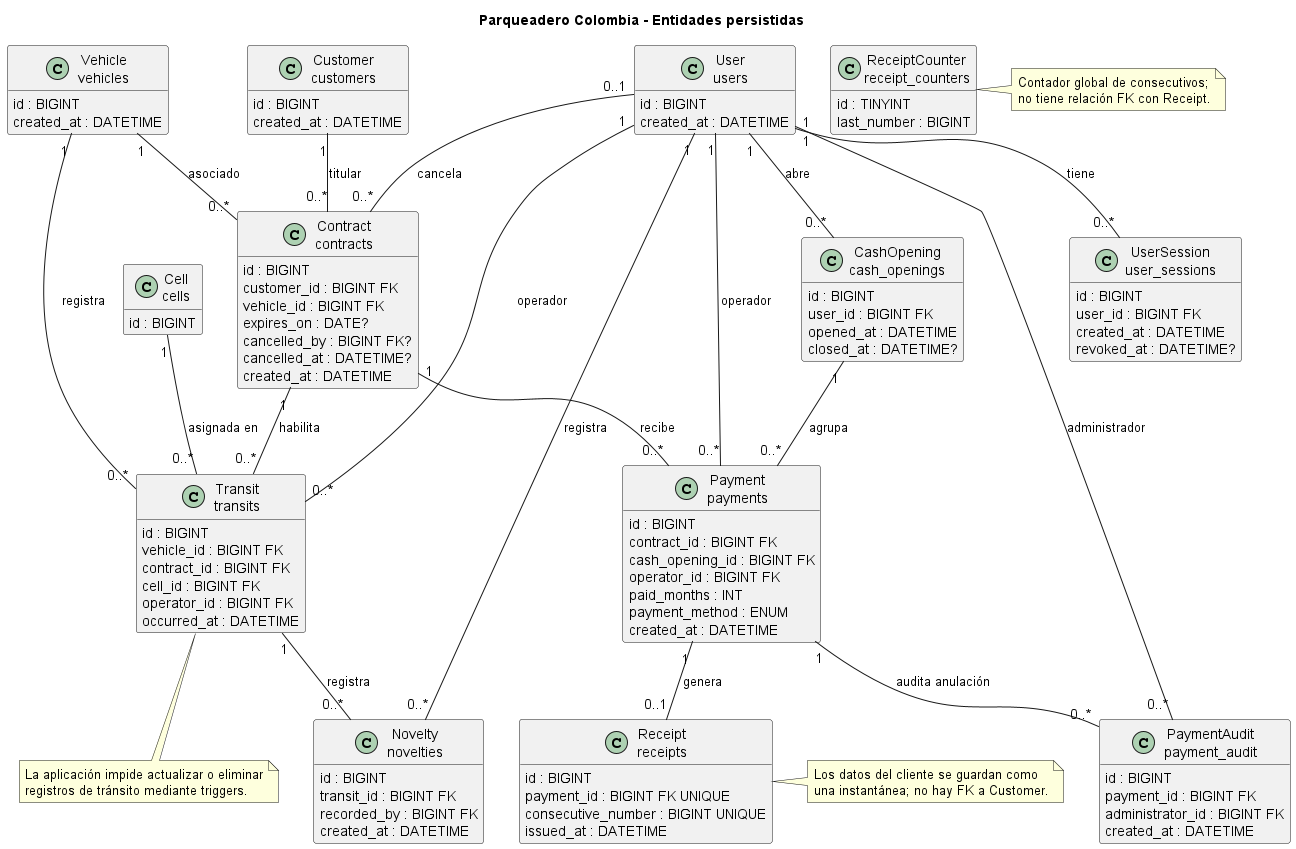
1J3G/parqueadero-colombia keeps this PlantUML diagram as out/docs/arquitectura-sistema/Sistema - Modelo de datos.png. Above is the earlier version. Its diagram source:
```plantuml
@startuml Sistema - Modelo de datos
title Parqueadero Colombia - Entidades persistidas
hide methods
skinparam classAttributeIconSize 0

class "User\nusers" as User {
  id : BIGINT
  document : VARCHAR(30) UNIQUE
  password_hash : VARCHAR(255)
  role : ENUM(Operario, Administrador)
  created_at : DATETIME
}

class "UserSession\nuser_sessions" as UserSession {
  id : BIGINT
  user_id : BIGINT FK
  token_hash : CHAR(64) UNIQUE
  created_at : DATETIME
  revoked_at : DATETIME?
}

class "Customer\ncustomers" as Customer {
  id : BIGINT
  document_type : ENUM(CC, CE, NIT)
  document : VARCHAR(30) UNIQUE
  full_name : VARCHAR(160)
  created_at : DATETIME
}

class "Vehicle\nvehicles" as Vehicle {
  id : BIGINT
  plate : VARCHAR(6) UNIQUE
  vehicle_type : ENUM(Carro, Moto, Camioneta)
  created_at : DATETIME
}

class "Contract\ncontracts" as Contract {
  id : BIGINT
  customer_id : BIGINT FK
  vehicle_id : BIGINT FK
  status : ENUM(Pendiente de Pago, Activo, Vencido, Cancelado)
  expires_on : DATE?
  cancelled_by : BIGINT FK?
  cancellation_justification : VARCHAR(1000)?
  cancelled_at : DATETIME?
  created_at : DATETIME
}

class "Cell\ncells" as Cell {
  id : BIGINT
  label : VARCHAR(30) UNIQUE
  category : ENUM(Carro, Moto, Camioneta, Discapacitado)
  status : ENUM(Disponible, Ocupada)
}

class "CashOpening\ncash_openings" as CashOpening {
  id : BIGINT
  user_id : BIGINT FK
  base_amount : DECIMAL(12,2)
  opened_at : DATETIME
  closed_at : DATETIME?
}

class "Transit\ntransits" as Transit {
  id : BIGINT
  vehicle_id : BIGINT FK
  contract_id : BIGINT FK
  cell_id : BIGINT FK
  operator_id : BIGINT FK
  direction : ENUM(Entrada, Salida)
  occurred_at : DATETIME
}

class "Novelty\nnovelties" as Novelty {
  id : BIGINT
  transit_id : BIGINT FK
  novelty_type : ENUM(Daño físico, Acceso excepcional)
  damage_type : ENUM(Golpe, Rayón, Falla)?
  description : VARCHAR(1000)
  severity : ENUM(Leve, Moderada, Grave)?
  recorded_by : BIGINT FK
  created_at : DATETIME
}

class "Payment\npayments" as Payment {
  id : BIGINT
  contract_id : BIGINT FK
  cash_opening_id : BIGINT FK
  operator_id : BIGINT FK
  net_amount : DECIMAL(12,2)
  tax_amount : DECIMAL(12,2)
  total_amount : DECIMAL(12,2)
  paid_months : INT
  payment_method : ENUM
  reference_code : VARCHAR(120)?
  status : ENUM(Registrado, Anulado)
  created_at : DATETIME
}

class "ReceiptCounter\nreceipt_counters" as ReceiptCounter {
  id : TINYINT
  last_number : BIGINT
}

class "Receipt\nreceipts" as Receipt {
  id : BIGINT
  payment_id : BIGINT FK UNIQUE
  consecutive_number : BIGINT UNIQUE
  customer_document_type : ENUM(CC, CE, NIT)
  customer_document : VARCHAR(30)
  customer_full_name : VARCHAR(160)
  net_amount : DECIMAL(12,2)
  tax_amount : DECIMAL(12,2)
  total_amount : DECIMAL(12,2)
  issued_at : DATETIME
}

class "PaymentAudit\npayment_audit" as PaymentAudit {
  id : BIGINT
  payment_id : BIGINT FK
  administrator_id : BIGINT FK
  justification : VARCHAR(1000)
  created_at : DATETIME
}

User "1" -- "0..*" UserSession : tiene
Customer "1" -- "0..*" Contract : titular
Vehicle "1" -- "0..*" Contract : asociado
User "0..1" -- "0..*" Contract : cancela
User "1" -- "0..*" CashOpening : abre
Vehicle "1" -- "0..*" Transit : registra
Contract "1" -- "0..*" Transit : habilita
Cell "1" -- "0..*" Transit : asignada en
User "1" -- "0..*" Transit : operador
Transit "1" -- "0..*" Novelty : registra
User "1" -- "0..*" Novelty : registra
Contract "1" -- "0..*" Payment : recibe
CashOpening "1" -- "0..*" Payment : agrupa
User "1" -- "0..*" Payment : operador
Payment "1" -- "0..1" Receipt : genera
Payment "1" -- "0..*" PaymentAudit : audita anulación
User "1" -- "0..*" PaymentAudit : administrador

note right of Receipt
  Los datos del cliente se guardan como
  una instantánea; no hay FK a Customer.
end note

note right of ReceiptCounter
  Contador global de consecutivos;
  no tiene relación FK con Receipt.
end note

note bottom of Transit
  La aplicación impide actualizar o eliminar
  registros de tránsito mediante triggers.
end note
@enduml
```
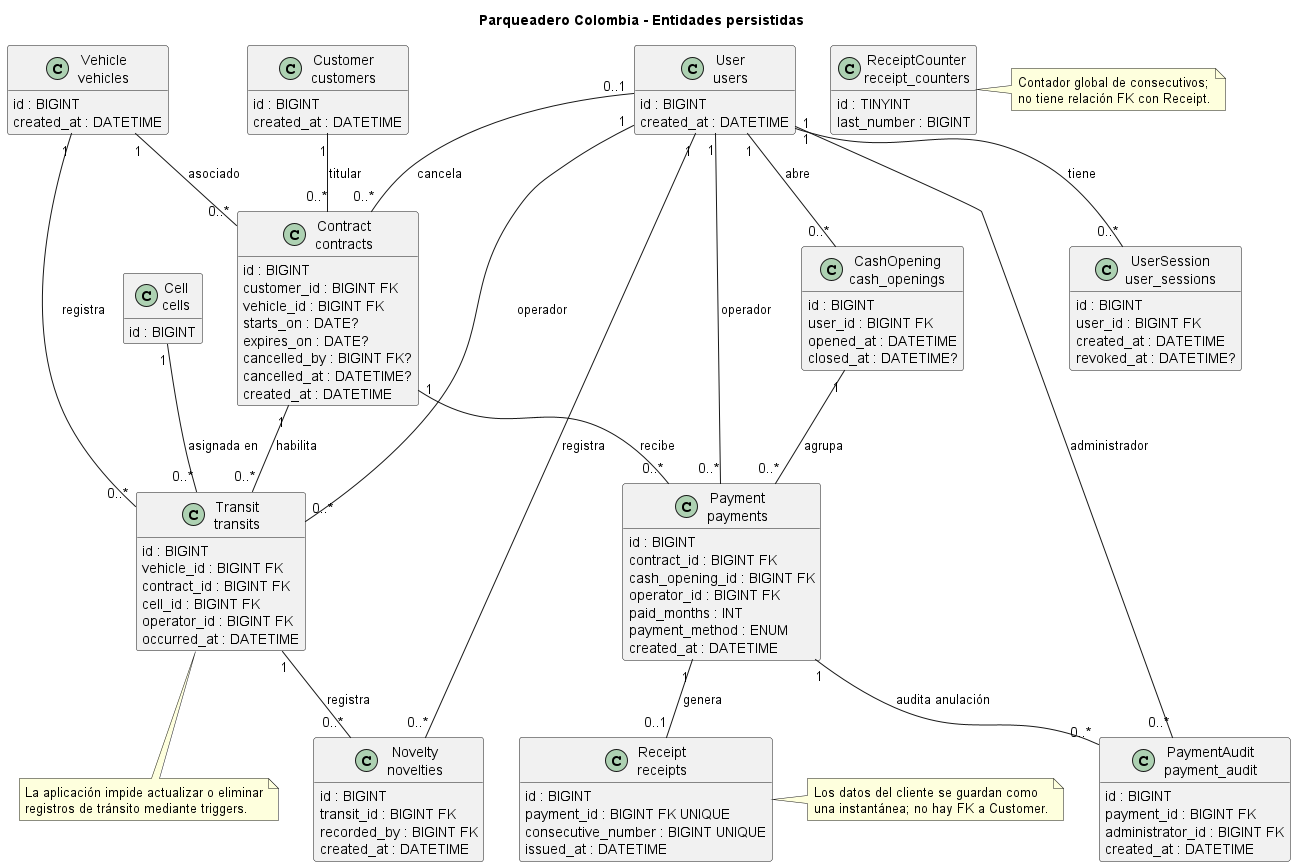
The same file after the commit.

Change to the diagram source:
```diff
@@ -39,6 +39,7 @@
   customer_id : BIGINT FK
   vehicle_id : BIGINT FK
   status : ENUM(Pendiente de Pago, Activo, Vencido, Cancelado)
+  starts_on : DATE?
   expires_on : DATE?
   cancelled_by : BIGINT FK?
   cancellation_justification : VARCHAR(1000)?
@@ -50,7 +51,7 @@
   id : BIGINT
   label : VARCHAR(30) UNIQUE
   category : ENUM(Carro, Moto, Camioneta, Discapacitado)
-  status : ENUM(Disponible, Ocupada)
+  status : ENUM(Libre, Ocupado, En mantenimiento)
 }
 
 class "CashOpening\ncash_openings" as CashOpening {
```
